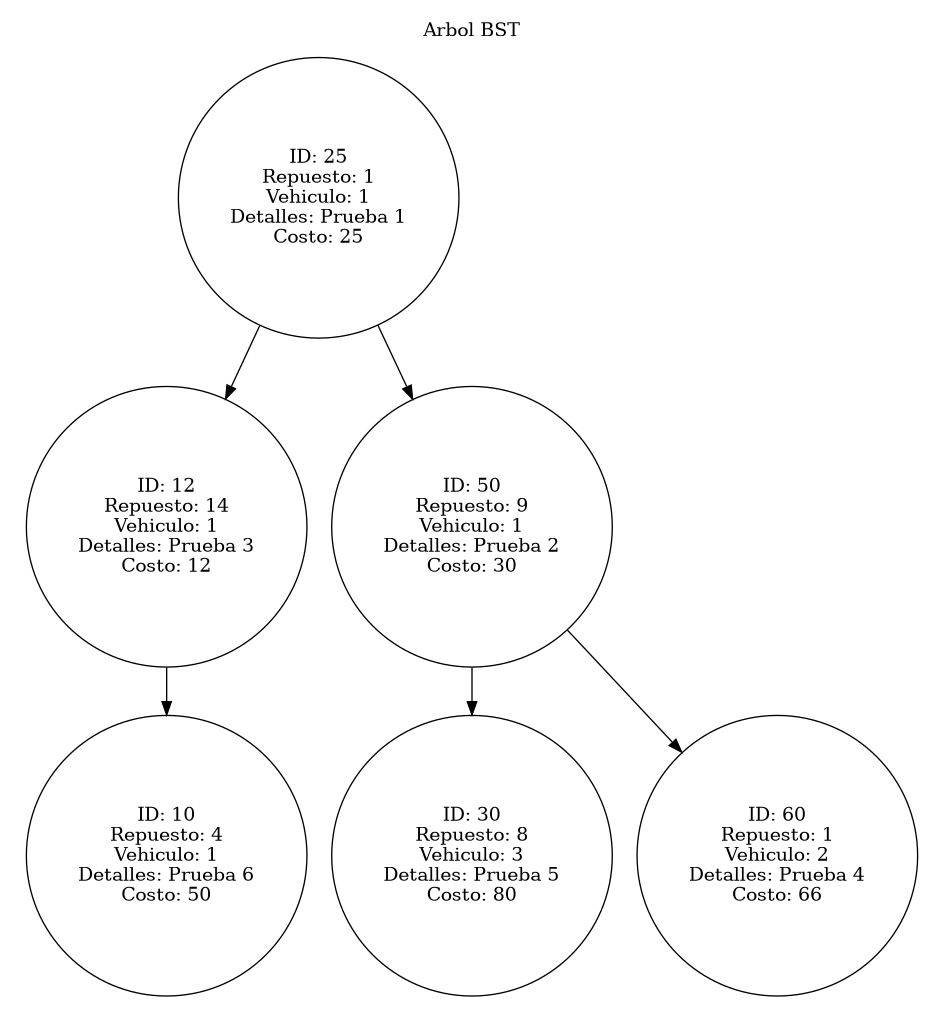
This is Proyecto-Fase 2/Reportes/BST.png from Rodrigo-1504/-EDD-1S2025_202202854, a Graphviz export, as it was before one commit. Its source is kept beside it as Proyecto-Fase 2/Reportes/BST.dot.
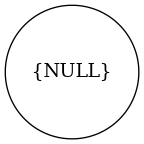
After the change.

Change to the diagram source:
```diff
@@ -1,42 +1,4 @@
-digraph AVL{
+digraph G {
 	node[shape=circle];
-	graph[pencolor=transparent];
-	subgraph cluster_0{
-		label = "Arbol BST";
-	"25" [label = "ID: 25
-Repuesto: 1
-Vehiculo: 1
-Detalles: Prueba 1
-Costo: 25"];
-	"25" -> "12";
-	"25" -> "50";
-	"12" [label = "ID: 12
-Repuesto: 14
-Vehiculo: 1
-Detalles: Prueba 3
-Costo: 12"];
-	"12" -> "10";
-	"10" [label = "ID: 10
-Repuesto: 4
-Vehiculo: 1
-Detalles: Prueba 6
-Costo: 50"];
-	"50" [label = "ID: 50
-Repuesto: 9
-Vehiculo: 1
-Detalles: Prueba 2
-Costo: 30"];
-	"50" -> "30";
-	"50" -> "60";
-	"30" [label = "ID: 30
-Repuesto: 8
-Vehiculo: 3
-Detalles: Prueba 5
-Costo: 80"];
-	"60" [label = "ID: 60
-Repuesto: 1
-Vehiculo: 2
-Detalles: Prueba 4
-Costo: 66"];
-		}
+	NULL[label = "{NULL}"];
 }
```
